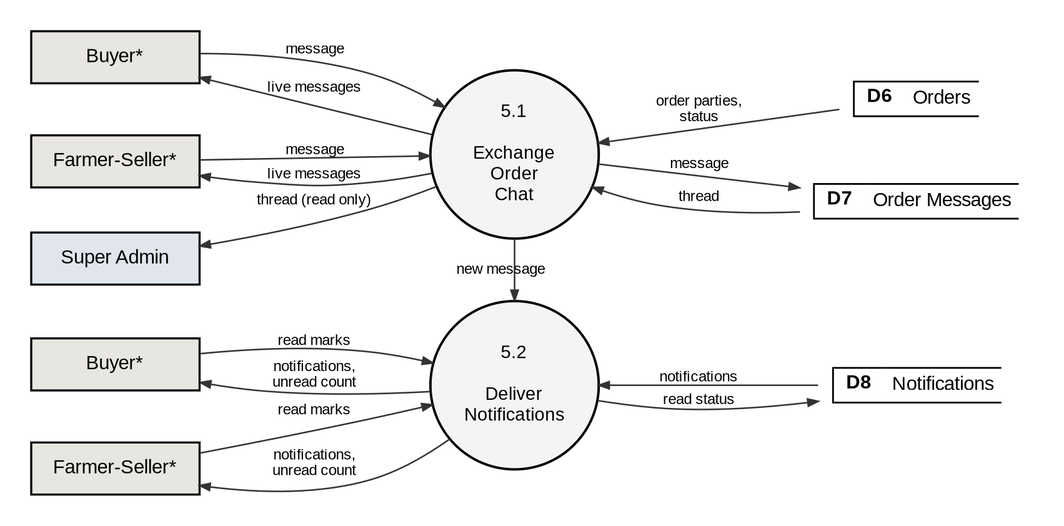
This is docs/manuscript/figures/fig6_2_5_dfd_level2.png from shawncastaneda11-commits/anihow-backend, a Graphviz export, as it was before one commit. Its source is kept beside it as docs/manuscript/figures/src/fig6_2_5_dfd_level2.dot. The source it was exported from:
```dot
digraph G {
  graph [rankdir=LR, nodesep=0.25, ranksep=0.9, pad=0.25, fontname="Liberation Sans", newrank=true];
  node  [fontname="Liberation Sans", fontsize=11];
  edge  [penwidth=0.9, arrowsize=0.6, color="#333333", fontname="Liberation Sans", fontsize=8.5];
  q5a [shape=circle, style=filled, fillcolor="#F4F4F4", penwidth=1.4, fixedsize=true, width=1.35, fontsize=10.5, label="5.1\n\nExchange\nOrder\nChat"];
  by_q5a [shape=box, style=filled, fillcolor="#E8E6E0", penwidth=1.2, width=1.35, height=0.42, label="Buyer*"];
  fs_q5a [shape=box, style=filled, fillcolor="#E8E6E0", penwidth=1.2, width=1.35, height=0.42, label="Farmer-Seller*"];
  D6_q5a [shape=plaintext, label=<<TABLE BORDER="0" CELLBORDER="1" CELLSPACING="0" CELLPADDING="3"><TR><TD SIDES="TBL" WIDTH="30"><B>D6</B></TD><TD SIDES="TB" ALIGN="LEFT">Orders</TD></TR></TABLE>>];
  D7_q5a [shape=plaintext, label=<<TABLE BORDER="0" CELLBORDER="1" CELLSPACING="0" CELLPADDING="3"><TR><TD SIDES="TBL" WIDTH="30"><B>D7</B></TD><TD SIDES="TB" ALIGN="LEFT">Order Messages</TD></TR></TABLE>>];
  sa_q5a [shape=box, style=filled, fillcolor="#E1E6ED", penwidth=1.2, width=1.35, height=0.42, label="Super Admin"];
  q5b [shape=circle, style=filled, fillcolor="#F4F4F4", penwidth=1.4, fixedsize=true, width=1.35, fontsize=10.5, label="5.2\n\nDeliver\nNotifications"];
  by_q5b [shape=box, style=filled, fillcolor="#E8E6E0", penwidth=1.2, width=1.35, height=0.42, label="Buyer*"];
  fs_q5b [shape=box, style=filled, fillcolor="#E8E6E0", penwidth=1.2, width=1.35, height=0.42, label="Farmer-Seller*"];
  D8_q5b [shape=plaintext, label=<<TABLE BORDER="0" CELLBORDER="1" CELLSPACING="0" CELLPADDING="3"><TR><TD SIDES="TBL" WIDTH="30"><B>D8</B></TD><TD SIDES="TB" ALIGN="LEFT">Notifications</TD></TR></TABLE>>];
  by_q5a -> q5a [label="message"];
  fs_q5a -> q5a [label="message"];
  q5a -> D6_q5a [label="order parties,\nstatus", dir=back];
  q5a -> D7_q5a [label="message"];
  q5a -> D7_q5a [label="thread", dir=back];
  by_q5a -> q5a [label="live messages", dir=back];
  fs_q5a -> q5a [label="live messages", dir=back];
  sa_q5a -> q5a [label="thread (read only)", dir=back];
  q5a -> q5b [label="new message", constraint=false];
  q5b -> D8_q5b [label="notifications", dir=back];
  by_q5b -> q5b [label="read marks"];
  fs_q5b -> q5b [label="read marks"];
  q5b -> D8_q5b [label="read status"];
  by_q5b -> q5b [label="notifications,\nunread count", dir=back];
  fs_q5b -> q5b [label="notifications,\nunread count", dir=back];
  {rank=same; by_q5a; fs_q5a; sa_q5a; by_q5b; fs_q5b}
  {rank=same; D6_q5a; D7_q5a; D8_q5b}
  {rank=same; q5a; q5b}
  q5a -> q5b [style=invis, weight=10];
}
```
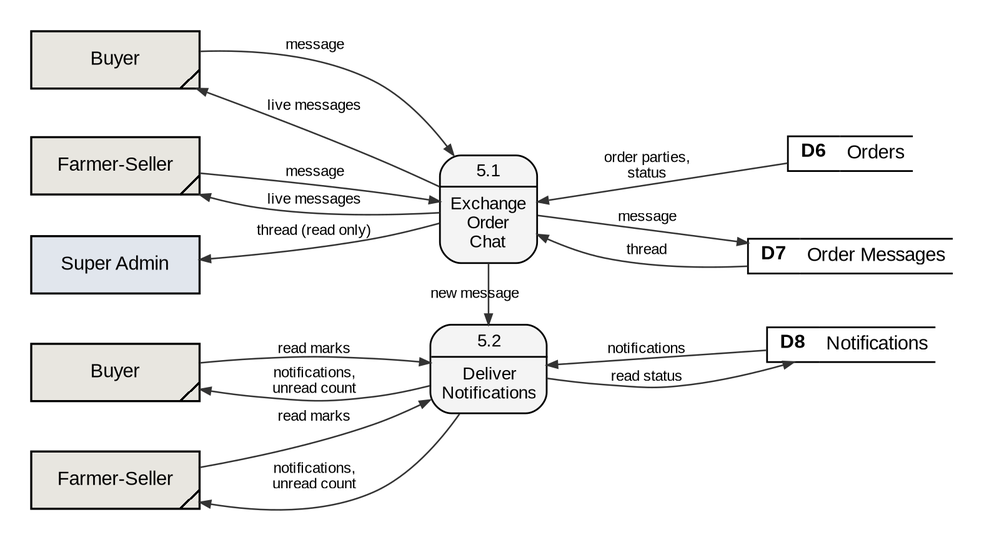
The same diagram one commit later.

What changed in the source:
```diff
@@ -2,16 +2,16 @@
   graph [rankdir=LR, nodesep=0.25, ranksep=0.9, pad=0.25, fontname="Liberation Sans", newrank=true];
   node  [fontname="Liberation Sans", fontsize=11];
   edge  [penwidth=0.9, arrowsize=0.6, color="#333333", fontname="Liberation Sans", fontsize=8.5];
-  q5a [shape=circle, style=filled, fillcolor="#F4F4F4", penwidth=1.4, fixedsize=true, width=1.35, fontsize=10.5, label="5.1\n\nExchange\nOrder\nChat"];
-  by_q5a [shape=box, style=filled, fillcolor="#E8E6E0", penwidth=1.2, width=1.35, height=0.42, label="Buyer*"];
-  fs_q5a [shape=box, style=filled, fillcolor="#E8E6E0", penwidth=1.2, width=1.35, height=0.42, label="Farmer-Seller*"];
-  D6_q5a [shape=plaintext, label=<<TABLE BORDER="0" CELLBORDER="1" CELLSPACING="0" CELLPADDING="3"><TR><TD SIDES="TBL" WIDTH="30"><B>D6</B></TD><TD SIDES="TB" ALIGN="LEFT">Orders</TD></TR></TABLE>>];
-  D7_q5a [shape=plaintext, label=<<TABLE BORDER="0" CELLBORDER="1" CELLSPACING="0" CELLPADDING="3"><TR><TD SIDES="TBL" WIDTH="30"><B>D7</B></TD><TD SIDES="TB" ALIGN="LEFT">Order Messages</TD></TR></TABLE>>];
-  sa_q5a [shape=box, style=filled, fillcolor="#E1E6ED", penwidth=1.2, width=1.35, height=0.42, label="Super Admin"];
-  q5b [shape=circle, style=filled, fillcolor="#F4F4F4", penwidth=1.4, fixedsize=true, width=1.35, fontsize=10.5, label="5.2\n\nDeliver\nNotifications"];
-  by_q5b [shape=box, style=filled, fillcolor="#E8E6E0", penwidth=1.2, width=1.35, height=0.42, label="Buyer*"];
-  fs_q5b [shape=box, style=filled, fillcolor="#E8E6E0", penwidth=1.2, width=1.35, height=0.42, label="Farmer-Seller*"];
-  D8_q5b [shape=plaintext, label=<<TABLE BORDER="0" CELLBORDER="1" CELLSPACING="0" CELLPADDING="3"><TR><TD SIDES="TBL" WIDTH="30"><B>D8</B></TD><TD SIDES="TB" ALIGN="LEFT">Notifications</TD></TR></TABLE>>];
+  q5a [shape=plaintext, margin=0, width=0, height=0, label=<<TABLE STYLE="ROUNDED" BORDER="1" CELLBORDER="0" CELLSPACING="0" CELLPADDING="3" BGCOLOR="#F4F4F4"><TR><TD><FONT POINT-SIZE="10.5">5.1</FONT></TD></TR><HR/><TR><TD CELLPADDING="5"><FONT POINT-SIZE="10.5">Exchange<BR/>Order<BR/>Chat</FONT></TD></TR></TABLE>>];
+  by_q5a [shape=box, style=filled, fillcolor="#E8E6E0", penwidth=1.2, width=1.35, height=0.46, label="Buyer", comment="gsdup"];
+  fs_q5a [shape=box, style=filled, fillcolor="#E8E6E0", penwidth=1.2, width=1.35, height=0.46, label="Farmer-Seller", comment="gsdup"];
+  D6_q5a [shape=plaintext, margin=0, width=0, height=0, label=<<TABLE BORDER="0" CELLBORDER="1" CELLSPACING="0" CELLPADDING="3"><TR><TD SIDES="TBL" WIDTH="30"><B>D6</B></TD><TD SIDES="TB" ALIGN="LEFT">Orders</TD></TR></TABLE>>];
+  D7_q5a [shape=plaintext, margin=0, width=0, height=0, label=<<TABLE BORDER="0" CELLBORDER="1" CELLSPACING="0" CELLPADDING="3"><TR><TD SIDES="TBL" WIDTH="30"><B>D7</B></TD><TD SIDES="TB" ALIGN="LEFT">Order Messages</TD></TR></TABLE>>];
+  sa_q5a [shape=box, style=filled, fillcolor="#E1E6ED", penwidth=1.2, width=1.35, height=0.46, label="Super Admin"];
+  q5b [shape=plaintext, margin=0, width=0, height=0, label=<<TABLE STYLE="ROUNDED" BORDER="1" CELLBORDER="0" CELLSPACING="0" CELLPADDING="3" BGCOLOR="#F4F4F4"><TR><TD><FONT POINT-SIZE="10.5">5.2</FONT></TD></TR><HR/><TR><TD CELLPADDING="5"><FONT POINT-SIZE="10.5">Deliver<BR/>Notifications</FONT></TD></TR></TABLE>>];
+  by_q5b [shape=box, style=filled, fillcolor="#E8E6E0", penwidth=1.2, width=1.35, height=0.46, label="Buyer", comment="gsdup"];
+  fs_q5b [shape=box, style=filled, fillcolor="#E8E6E0", penwidth=1.2, width=1.35, height=0.46, label="Farmer-Seller", comment="gsdup"];
+  D8_q5b [shape=plaintext, margin=0, width=0, height=0, label=<<TABLE BORDER="0" CELLBORDER="1" CELLSPACING="0" CELLPADDING="3"><TR><TD SIDES="TBL" WIDTH="30"><B>D8</B></TD><TD SIDES="TB" ALIGN="LEFT">Notifications</TD></TR></TABLE>>];
   by_q5a -> q5a [label="message"];
   fs_q5a -> q5a [label="message"];
   q5a -> D6_q5a [label="order parties,\nstatus", dir=back];
```
